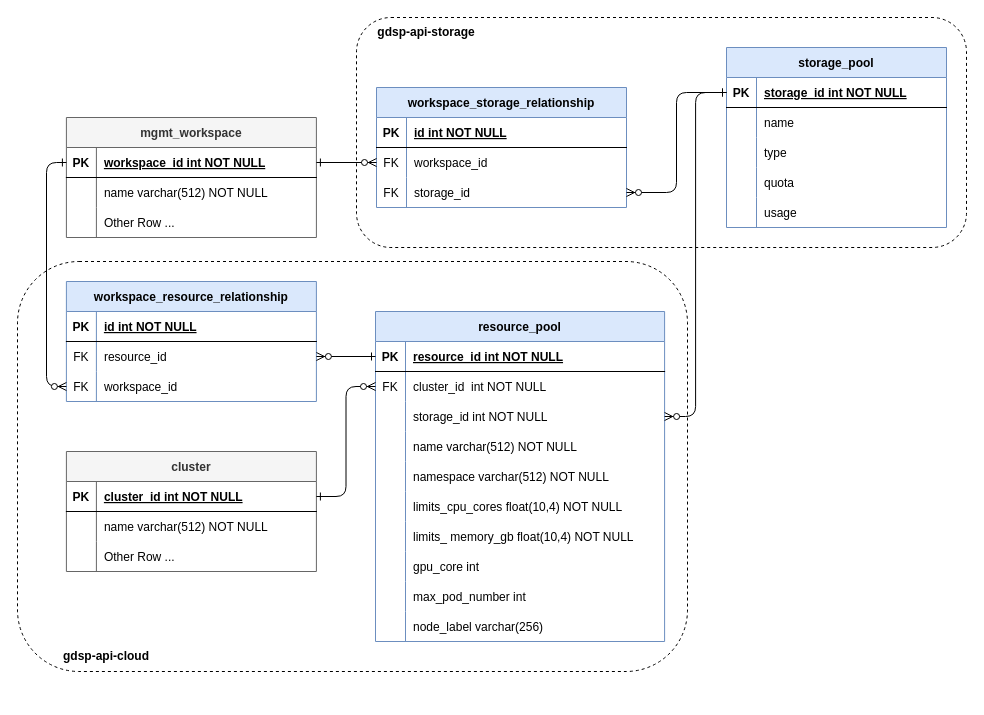
Before: page "ER-graph" (3 of 5) of Resource_Pool2.drawio in LiuJin1203/graph, a draw.io diagram. Source tidied: cells renumbered, new cells numbered last; positions are measured from the earlier drawing's top-left corner, leaving out a move shared by most shapes. Both pictures are drawn from the tidied source at 100%, with x=0, y=0 at pixel (17, 17).
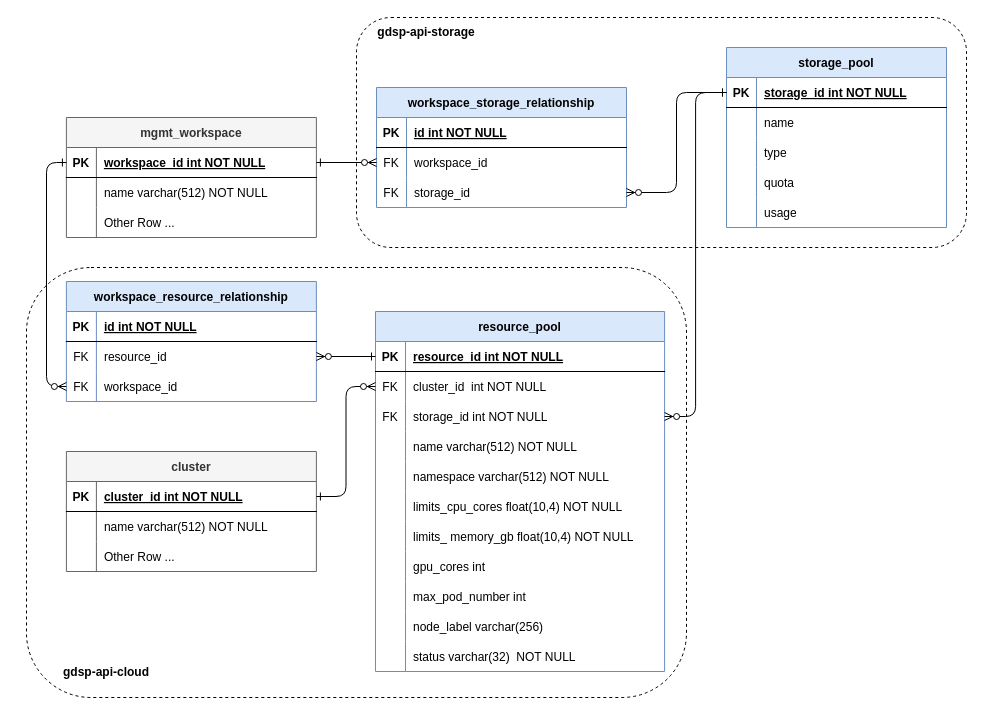
The same page after the edit.

Unchanged cells that the change refers to:
```xml
<mxCell id="11" style="shape=tableRow;horizontal=0;startSize=0;swimlaneHead=0;swimlaneBody=0;fillColor=none;points=[[0,0.5],[1,0.5]];portConstraint=eastwest;top=0;left=0;right=0;bottom=0;strokeColor=#000000;" parent="4" vertex="1">
  <mxGeometry y="90" width="289.1" height="30" as="geometry" />
</mxCell>
<mxCell id="26" style="shape=tableRow;horizontal=0;startSize=0;swimlaneHead=0;swimlaneBody=0;fillColor=none;top=0;left=0;right=0;bottom=0;" parent="4" vertex="1">
  <mxGeometry y="240" width="289.1" height="30" as="geometry" />
</mxCell>
```

The edit, as a diff of the source:
```diff
@@
     <mxCell id="3" style="rounded=1;whiteSpace=wrap;html=1;strokeColor=#000000;fillColor=none;dashed=1;" parent="1" vertex="1">
-      <mxGeometry y="244" width="670" height="410" as="geometry" />
+      <mxGeometry x="9" y="250" width="660" height="430" as="geometry" />
     </mxCell>
     <mxCell id="4" value="resource_pool" style="shape=table;startSize=30;childLayout=tableLayout;rowLines=0;fontStyle=1;align=center;fillColor=#dae8fc;strokeColor=#6c8ebf;" parent="1" vertex="1">
-      <mxGeometry x="358" y="294" width="289.1" height="330" as="geometry" />
+      <mxGeometry x="358" y="294" width="289.1" height="360" as="geometry" />
     </mxCell>
@@
-    <mxCell id="12" style="shape=partialRectangle;fillColor=none;top=0;left=0;bottom=0;right=0;overflow=hidden;strokeColor=#000000;" parent="11" vertex="1">
+    <mxCell id="12" value="FK" style="shape=partialRectangle;fillColor=none;top=0;left=0;bottom=0;right=0;overflow=hidden;strokeColor=#000000;" parent="11" vertex="1">
       <mxGeometry width="30" height="30" as="geometry" />
     </mxCell>
@@
-    <mxCell id="28" value="gpu_core int " style="shape=partialRectangle;fillColor=none;top=0;left=0;bottom=0;right=0;align=left;spacingLeft=6;overflow=hidden;" parent="26" vertex="1">
+    <mxCell id="28" value="gpu_cores int " style="shape=partialRectangle;fillColor=none;top=0;left=0;bottom=0;right=0;align=left;spacingLeft=6;overflow=hidden;" parent="26" vertex="1">
       <mxGeometry x="30" width="259.1" height="30" as="geometry" />
     </mxCell>
@@
+    <mxCell id="99" style="shape=tableRow;horizontal=0;startSize=0;swimlaneHead=0;swimlaneBody=0;fillColor=none;top=0;left=0;right=0;bottom=0;dashed=1;strokeColor=#000000;" parent="4" vertex="1">
+      <mxGeometry y="330" width="289.1" height="30" as="geometry" />
+    </mxCell>
+    <mxCell id="100" style="shape=partialRectangle;fillColor=none;top=0;left=0;bottom=0;right=0;overflow=hidden;dashed=1;strokeColor=#000000;" parent="99" vertex="1">
+      <mxGeometry width="30" height="30" as="geometry" />
+    </mxCell>
+    <mxCell id="101" value="status varchar(32)  NOT NULL" style="shape=partialRectangle;fillColor=none;top=0;left=0;bottom=0;right=0;align=left;spacingLeft=6;overflow=hidden;dashed=1;strokeColor=#000000;" parent="99" vertex="1">
+      <mxGeometry x="30" width="259.1" height="30" as="geometry" />
+    </mxCell>
@@
     <mxCell id="96" value="&lt;b&gt;gdsp-api-cloud&lt;/b&gt;" style="text;html=1;strokeColor=none;fillColor=none;align=center;verticalAlign=middle;whiteSpace=wrap;rounded=0;dashed=1;" parent="1" vertex="1">
-      <mxGeometry x="29" y="624" width="120" height="30" as="geometry" />
+      <mxGeometry x="29" y="640" width="120" height="30" as="geometry" />
     </mxCell>
```
